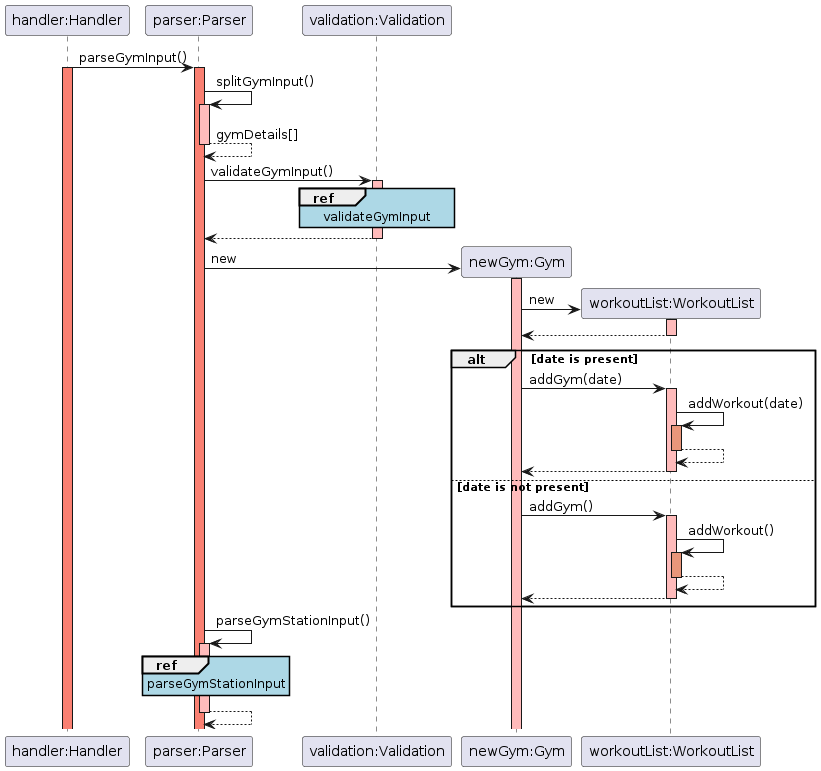
The PlantUML diagram docs/img/sequence_diagrams/gym_overall_sequence_diagram.png in rouvinerh/tp, before a commit.
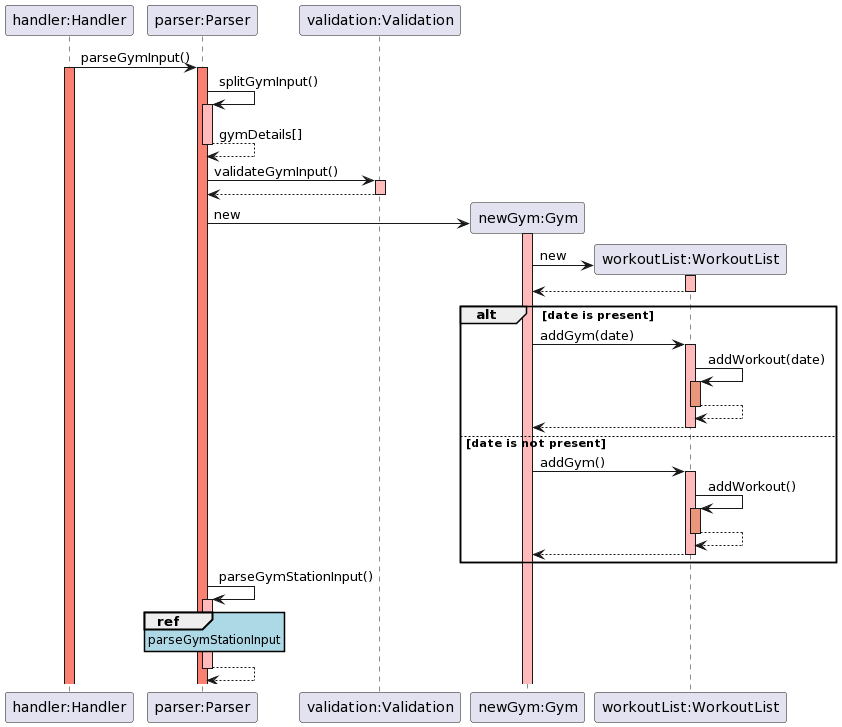
Later version of the same file.

The edit, as a diff of the source:
```diff
@@ -18,7 +18,6 @@
 
 Parser -> Validation: validateGymInput()
 activate Validation #FFBBBB
-ref over Validation: validateGymInput
 Validation --> Parser:
 deactivate Validation
 
```
